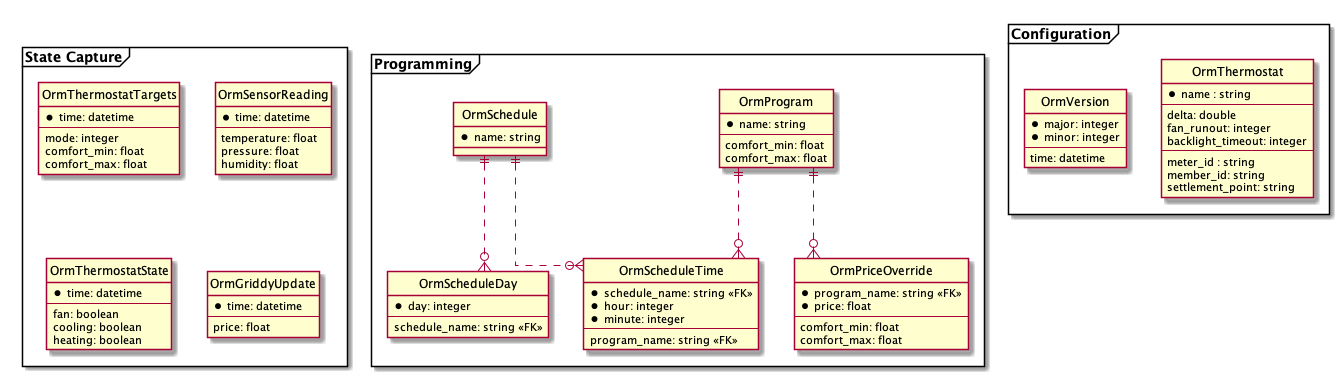
Before: docs/diagrams/ObjectRelationalModel.png, a diagram exported from PlantUML (mbtown01/frosti).
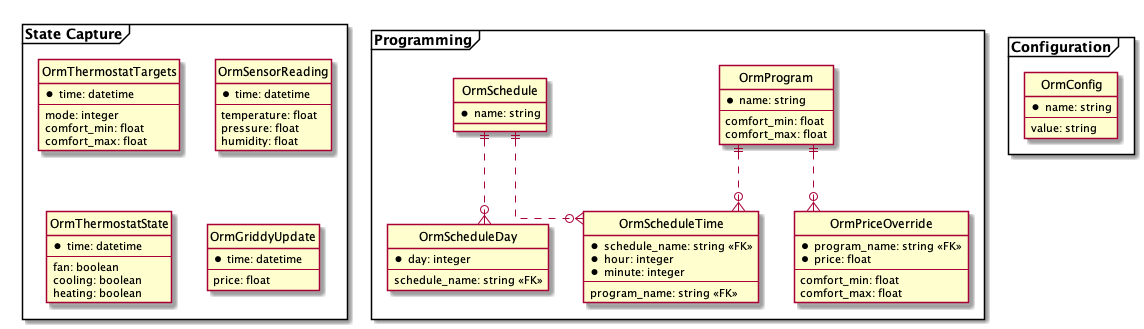
Above is the later version.

Diff of the diagram source:
```diff
@@ -3,7 +3,6 @@
 hide circle
 
 skinparam linetype ortho
-
 
 frame "Programming" {
   entity "OrmProgram" as program {
@@ -45,7 +44,6 @@
 }
 
 frame "State Capture" {
-
   entity "OrmThermostatTargets" as thermostat_targets {
     *time: datetime
     --
@@ -78,25 +76,12 @@
 }
 
 frame "Configuration" {
-
-  entity "OrmThermostat" as thermostat {
-    *name : string
+  entity "OrmConfig" as config {
+    *name: string
     --
-    delta: double
-    fan_runout: integer
-    backlight_timeout: integer
-    --
-    meter_id : string
-    member_id: string
-    settlement_point: string
+    value: string
   }
 
-  entity "OrmVersion" as version_info {
-    *major: integer
-    *minor: integer
-    --
-    time: datetime
-  }
 }
 
 @enduml
```
